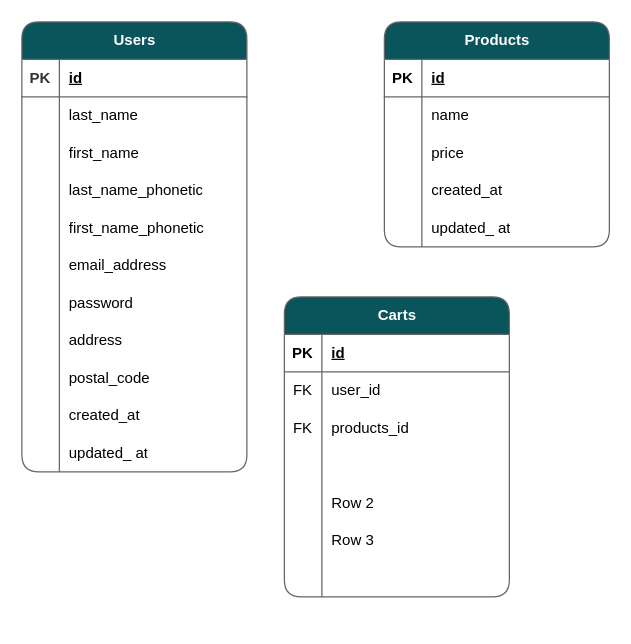
The draw.io diagram Web_Project_ER図.drawio in shirohacha/Web_Project, before the edit. Source tidied: cells renumbered, new cells numbered last; positions are measured from the earlier drawing's top-left corner, leaving out a move shared by most shapes. Both pictures are drawn from the tidied source at 125%, with x=0, y=0 at pixel (21, 21).
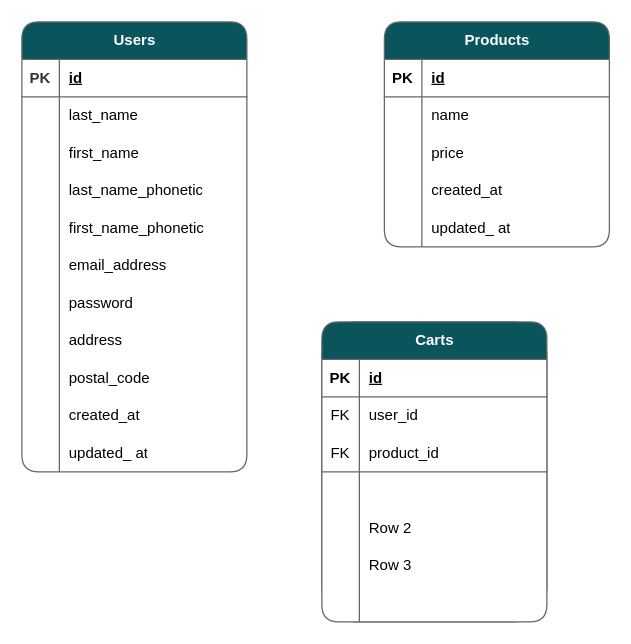
The same page after the edit.

Commit message (it also covers changes not shown here):
Web_Project_ER図.drawio を更新します

Unchanged cells that the change refers to:
```xml
<mxCell id="59" style="shape=tableRow;horizontal=0;startSize=0;swimlaneHead=0;swimlaneBody=0;fillColor=none;top=0;left=0;right=0;bottom=0;labelBackgroundColor=none;strokeColor=#666666;fontColor=#000000;swimlaneFillColor=#FFFFFF;" parent="52" vertex="1">
  <mxGeometry y="90" width="180" height="30" as="geometry" />
</mxCell>
```

Diff of the diagram source:
```diff
@@
+    <mxCell id="74" style="group;strokeColor=#666666;rounded=1;" parent="1" vertex="1">
+      <mxGeometry x="240" y="240" width="180" height="240" as="geometry" />
+    </mxCell>
-    <mxCell id="52" value="Carts" style="shape=table;startSize=30;childLayout=tableLayout;rowLines=0;fontStyle=1;align=center;html=1;swimlaneFillColor=#FFFFFF;rounded=1;labelBackgroundColor=none;fillColor=#09555B;strokeColor=#666666;fontColor=#FFFFFF;" parent="1" vertex="1">
-      <mxGeometry x="210" y="220" width="180" height="240" as="geometry" />
+    <mxCell id="52" value="Carts" style="shape=table;startSize=30;childLayout=tableLayout;rowLines=0;fontStyle=1;align=center;html=1;swimlaneFillColor=#FFFFFF;rounded=1;labelBackgroundColor=none;fillColor=#09555B;strokeColor=#666666;fontColor=#FFFFFF;" parent="74" vertex="1">
+      <mxGeometry width="180" height="240" as="geometry" />
     </mxCell>
@@
-    <mxCell id="61" value="products_id" style="shape=partialRectangle;fillColor=none;top=0;left=0;bottom=0;right=0;align=left;spacingLeft=6;overflow=hidden;whiteSpace=wrap;html=1;strokeColor=#666666;labelBackgroundColor=none;fontColor=#000000;swimlaneFillColor=#FFFFFF;" parent="59" vertex="1">
+    <mxCell id="61" value="product_id" style="shape=partialRectangle;fillColor=none;top=0;left=0;bottom=0;right=0;align=left;spacingLeft=6;overflow=hidden;whiteSpace=wrap;html=1;strokeColor=#666666;labelBackgroundColor=none;fontColor=#000000;swimlaneFillColor=#FFFFFF;strokeWidth=1;" parent="59" vertex="1">
       <mxGeometry x="30" width="150" height="30" as="geometry" />
     </mxCell>
@@
+    <mxCell id="75" style="line;strokeWidth=1;dashed=0;labelPosition=right;align=left;verticalAlign=middle;spacingTop=0;spacingLeft=6;strokeColor=#666666;fontColor=#EEEEEE;fillColor=#09555B;" parent="74" vertex="1">
+      <mxGeometry y="115" width="180" height="10" as="geometry" />
+    </mxCell>
```
